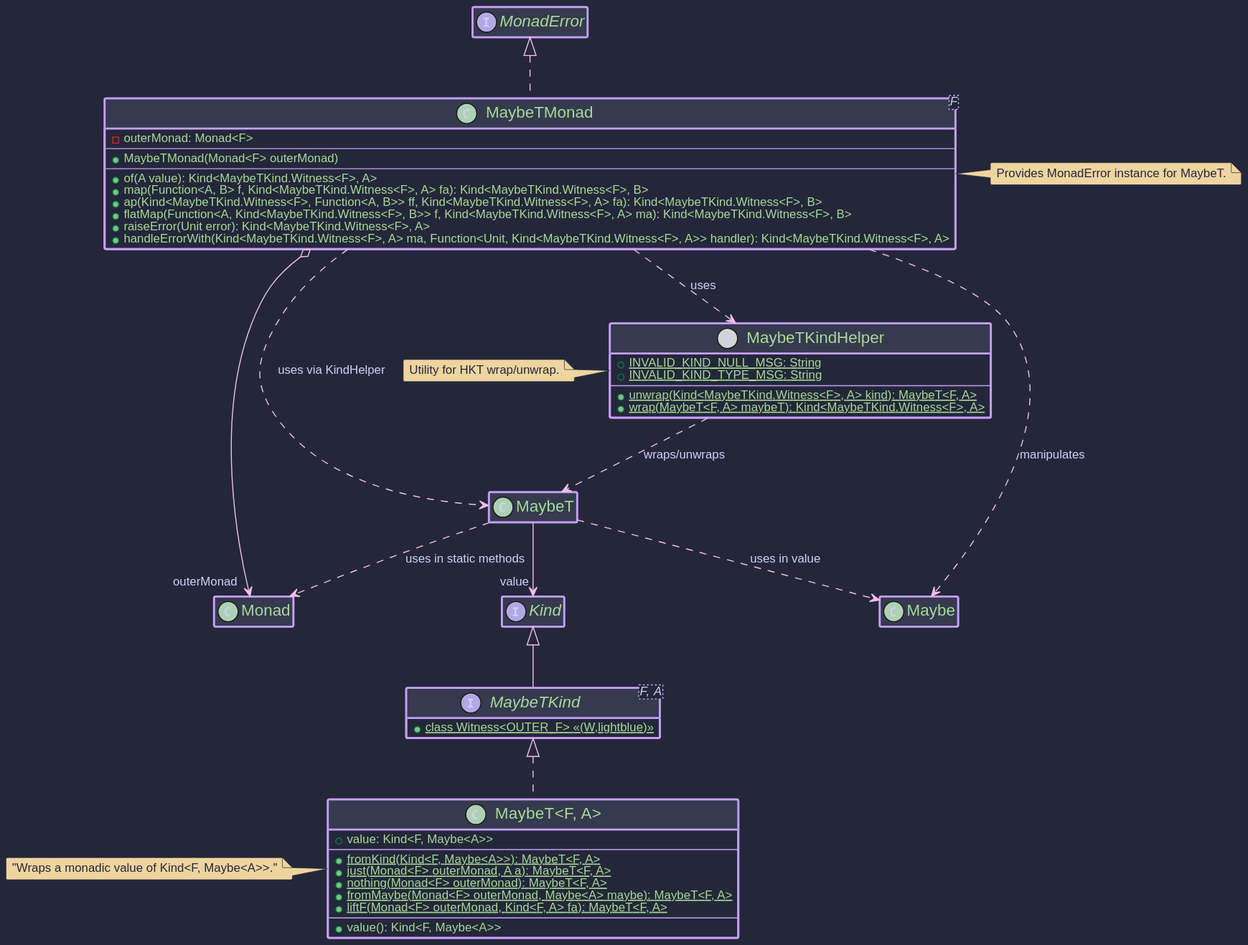
higher-kinded-j/higher-kinded-j keeps this PlantUML diagram as hkj-book/src/images/puml/maybet_transformer.svg. Above is the earlier version. The source it was exported from:
```plantuml
@startuml
!include https://raw.githubusercontent.com/ncosta-ic/catppuccin-macchiato-plantuml-theme/main/theme.puml

hide empty members



  interface MaybeTKind<F, A> extends Kind<MaybeTKind.Witness<F>, A> {
    + {static} class Witness<OUTER_F> << (W,lightblue) >>
  }

  class "MaybeT<F, A>" implements MaybeTKind<F, A> {
    + value: Kind<F, Maybe<A>>
    --
    + {static} fromKind(Kind<F, Maybe<A>>): MaybeT<F, A>
    + {static} just(Monad<F> outerMonad, A a): MaybeT<F, A>
    + {static} nothing(Monad<F> outerMonad): MaybeT<F, A>
    + {static} fromMaybe(Monad<F> outerMonad, Maybe<A> maybe): MaybeT<F, A>
    + {static} liftF(Monad<F> outerMonad, Kind<F, A> fa): MaybeT<F, A>
    --
    + value(): Kind<F, Maybe<A>>
  }
  note left of "MaybeT<F, A>" : "Wraps a monadic value of Kind<F, Maybe<A>>."

  class MaybeTMonad<F> implements MonadError<MaybeTKind.Witness<F>, Unit> {
    - outerMonad: Monad<F>
    --
    + MaybeTMonad(Monad<F> outerMonad)
    --
    + of(A value): Kind<MaybeTKind.Witness<F>, A>
    + map(Function<A, B> f, Kind<MaybeTKind.Witness<F>, A> fa): Kind<MaybeTKind.Witness<F>, B>
    + ap(Kind<MaybeTKind.Witness<F>, Function<A, B>> ff, Kind<MaybeTKind.Witness<F>, A> fa): Kind<MaybeTKind.Witness<F>, B>
    + flatMap(Function<A, Kind<MaybeTKind.Witness<F>, B>> f, Kind<MaybeTKind.Witness<F>, A> ma): Kind<MaybeTKind.Witness<F>, B>
    + raiseError(Unit error): Kind<MaybeTKind.Witness<F>, A>
    + handleErrorWith(Kind<MaybeTKind.Witness<F>, A> ma, Function<Unit, Kind<MaybeTKind.Witness<F>, A>> handler): Kind<MaybeTKind.Witness<F>, A>
  }
  note right of MaybeTMonad : Provides MonadError instance for MaybeT.

  class MaybeTKindHelper << (H,lightgrey) >> {
    + {static} INVALID_KIND_NULL_MSG: String
    + {static} INVALID_KIND_TYPE_MSG: String
    --
    + {static} unwrap(Kind<MaybeTKind.Witness<F>, A> kind): MaybeT<F, A>
    + {static} wrap(MaybeT<F, A> maybeT): Kind<MaybeTKind.Witness<F>, A>
  }
  note left of MaybeTKindHelper : Utility for HKT wrap/unwrap.





MaybeT --> "value" Kind
MaybeT ..> Maybe : uses in value
MaybeT ..> Monad : uses in static methods

MaybeTMonad o--> "outerMonad" Monad
MaybeTMonad ..> MaybeTKindHelper : uses
MaybeTMonad ..> MaybeT : uses via KindHelper
MaybeTMonad ..> MaybeTKind.Witness : uses in signature
MaybeTMonad ..> Maybe : manipulates

MaybeTKindHelper ..> MaybeT : wraps/unwraps
MaybeTKindHelper ..> MaybeTKind.Witness : uses in signature

@enduml
```
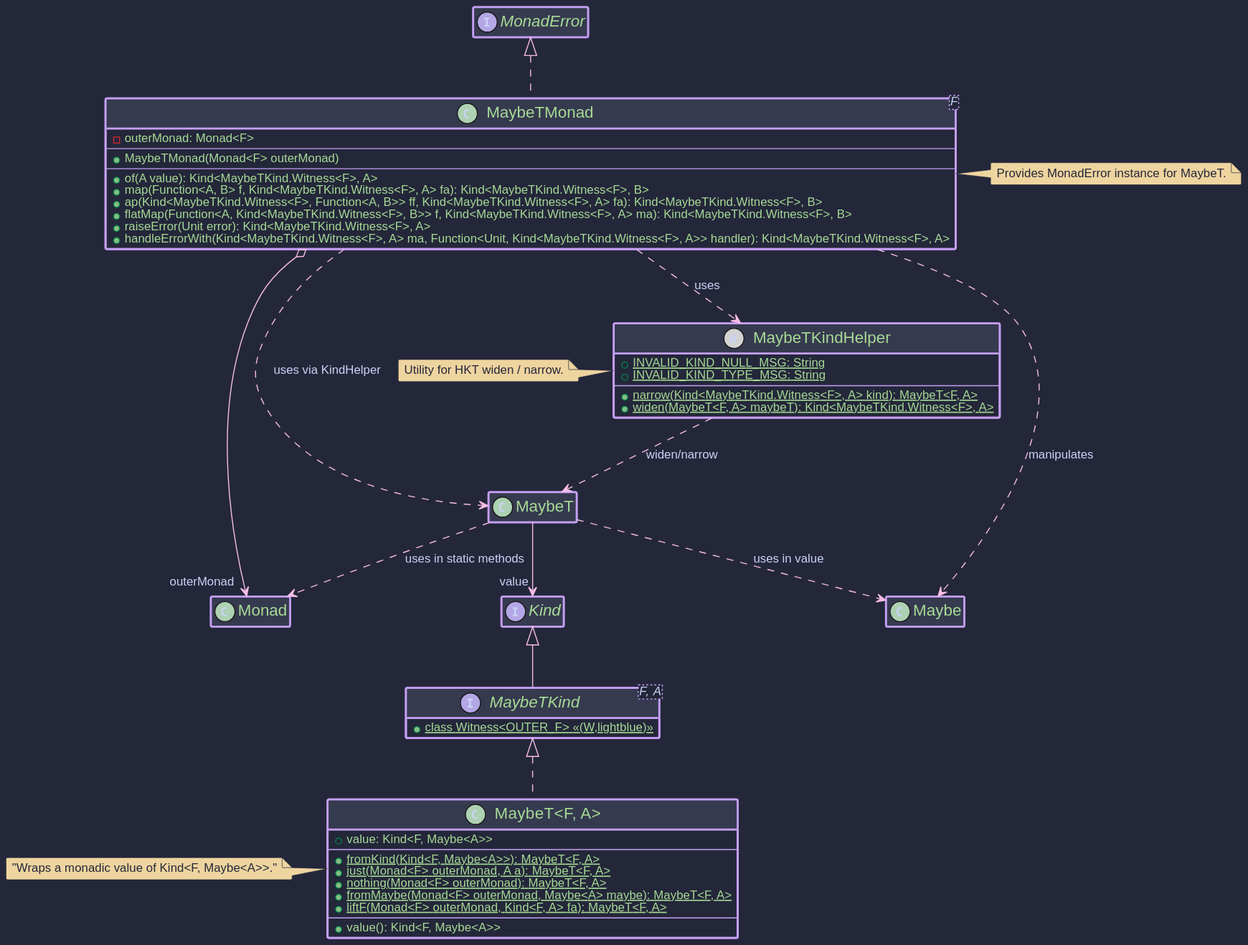
After the commit.

Diff of the diagram source:
```diff
@@ -40,13 +40,10 @@
     + {static} INVALID_KIND_NULL_MSG: String
     + {static} INVALID_KIND_TYPE_MSG: String
     --
-    + {static} unwrap(Kind<MaybeTKind.Witness<F>, A> kind): MaybeT<F, A>
-    + {static} wrap(MaybeT<F, A> maybeT): Kind<MaybeTKind.Witness<F>, A>
+    + {static} narrow(Kind<MaybeTKind.Witness<F>, A> kind): MaybeT<F, A>
+    + {static} widen(MaybeT<F, A> maybeT): Kind<MaybeTKind.Witness<F>, A>
   }
-  note left of MaybeTKindHelper : Utility for HKT wrap/unwrap.
-
-
-
+  note left of MaybeTKindHelper : Utility for HKT widen / narrow.
 
 
 MaybeT --> "value" Kind
@@ -59,7 +56,6 @@
 MaybeTMonad ..> MaybeTKind.Witness : uses in signature
 MaybeTMonad ..> Maybe : manipulates
 
-MaybeTKindHelper ..> MaybeT : wraps/unwraps
+MaybeTKindHelper ..> MaybeT : widen/narrow
 MaybeTKindHelper ..> MaybeTKind.Witness : uses in signature
-
 @enduml
```
